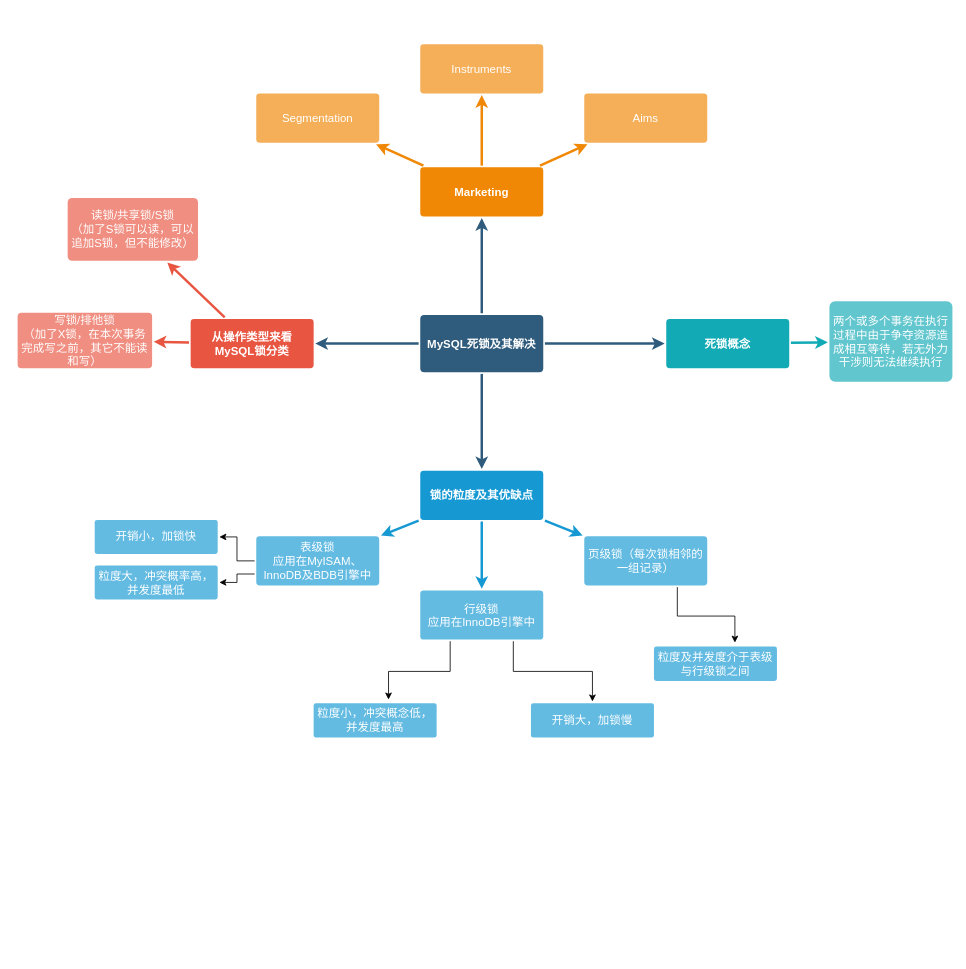
Above: MySQL死锁及其解决.drawio in HuaHero/OnLineFaq (draw.io), before the change. Source tidied: cells renumbered, new cells numbered last; positions are measured from the earlier drawing's top-left corner, leaving out a move shared by most shapes. Both pictures are drawn from the tidied source at 82%, with x=0, y=0 at pixel (17, 43).
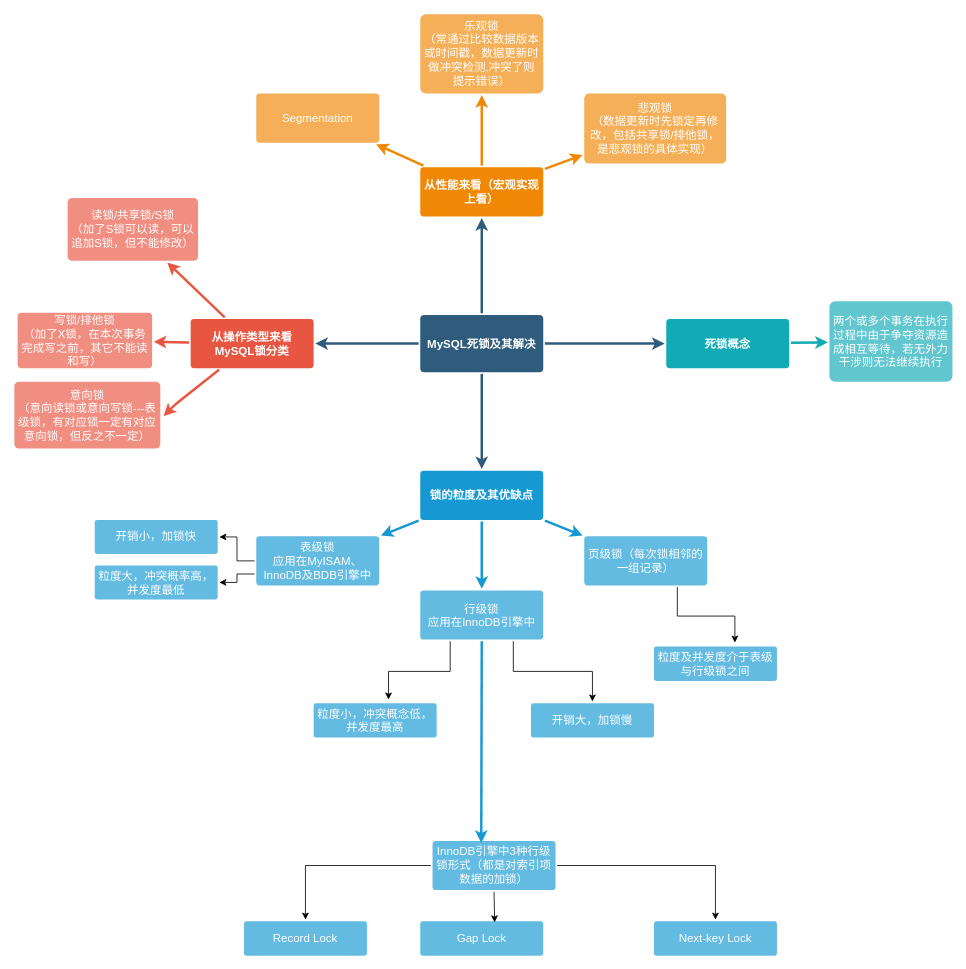
After the change.

Commit message:
更新MySQL死锁及其解决.drawio

The change refers to these unchanged cells:
```xml
<mxCell id="9" value="从操作类型来看MySQL锁分类" style="rounded=1;whiteSpace=wrap;html=1;shadow=0;labelBackgroundColor=none;strokeColor=none;strokeWidth=3;fillColor=#e85642;fontFamily=Helvetica;fontSize=14;fontColor=#FFFFFF;align=center;spacing=5;fontStyle=1;arcSize=7;perimeterSpacing=2;" parent="1" vertex="1">
  <mxGeometry x="211" y="335.5" width="150" height="60" as="geometry" />
</mxCell>
<mxCell id="18" value="行级锁&lt;div&gt;应用在InnoDB引擎中&lt;/div&gt;" style="rounded=1;whiteSpace=wrap;html=1;shadow=0;labelBackgroundColor=none;strokeColor=none;strokeWidth=3;fillColor=#64bbe2;fontFamily=Helvetica;fontSize=14;fontColor=#FFFFFF;align=center;spacing=5;arcSize=7;perimeterSpacing=2;" parent="1" vertex="1">
  <mxGeometry x="491" y="666.5" width="150" height="60" as="geometry" />
</mxCell>
```

What changed in the source:
```diff
@@
-    <mxCell id="22" value="Marketing" style="rounded=1;whiteSpace=wrap;html=1;shadow=0;labelBackgroundColor=none;strokeColor=none;strokeWidth=3;fillColor=#F08705;fontFamily=Helvetica;fontSize=14;fontColor=#FFFFFF;align=center;spacing=5;fontStyle=1;arcSize=7;perimeterSpacing=2;" parent="1" vertex="1">
+    <mxCell id="22" value="从性能来看（宏观实现上看）" style="rounded=1;whiteSpace=wrap;html=1;shadow=0;labelBackgroundColor=none;strokeColor=none;strokeWidth=3;fillColor=#F08705;fontFamily=Helvetica;fontSize=14;fontColor=#FFFFFF;align=center;spacing=5;fontStyle=1;arcSize=7;perimeterSpacing=2;" parent="1" vertex="1">
       <mxGeometry x="491" y="150.5" width="150" height="60" as="geometry" />
     </mxCell>
-    <mxCell id="23" value="Aims&lt;br style=&quot;font-size: 14px;&quot;&gt;" style="rounded=1;whiteSpace=wrap;html=1;shadow=0;labelBackgroundColor=none;strokeColor=none;strokeWidth=3;fillColor=#f5af58;fontFamily=Helvetica;fontSize=14;fontColor=#FFFFFF;align=center;spacing=5;arcSize=7;perimeterSpacing=2;" parent="1" vertex="1">
-      <mxGeometry x="691" y="60.5" width="150" height="60" as="geometry" />
+    <mxCell id="23" value="悲观锁&lt;div&gt;（数据更新时先锁定再修改，包括共享锁/排他锁，是悲观锁的具体实现）&lt;/div&gt;" style="rounded=1;whiteSpace=wrap;html=1;shadow=0;labelBackgroundColor=none;strokeColor=none;strokeWidth=3;fillColor=#f5af58;fontFamily=Helvetica;fontSize=14;fontColor=#FFFFFF;align=center;spacing=5;arcSize=7;perimeterSpacing=2;" parent="1" vertex="1">
+      <mxGeometry x="691" y="60.5" width="173" height="85.5" as="geometry" />
     </mxCell>
@@
-    <mxCell id="25" value="Instruments" style="rounded=1;whiteSpace=wrap;html=1;shadow=0;labelBackgroundColor=none;strokeColor=none;strokeWidth=3;fillColor=#f5af58;fontFamily=Helvetica;fontSize=14;fontColor=#FFFFFF;align=center;spacing=5;arcSize=7;perimeterSpacing=2;" parent="1" vertex="1">
-      <mxGeometry x="491" y="0.5" width="150" height="60" as="geometry" />
+    <mxCell id="25" value="乐观锁&lt;div&gt;（常通过比较数据版本或时间戳，数据更新时做冲突检测,冲突了则提示错误）&lt;/div&gt;" style="rounded=1;whiteSpace=wrap;html=1;shadow=0;labelBackgroundColor=none;strokeColor=none;strokeWidth=3;fillColor=#f5af58;fontFamily=Helvetica;fontSize=14;fontColor=#FFFFFF;align=center;spacing=5;arcSize=7;perimeterSpacing=2;" parent="1" vertex="1">
+      <mxGeometry x="491" y="-36" width="150" height="96.5" as="geometry" />
     </mxCell>
@@
+    <mxCell id="39" value="&lt;div&gt;意向锁&lt;/div&gt;&lt;div&gt;（意向读锁或意向写锁---表级锁，有对应锁一定有对应意向锁，但反之不一定）&lt;/div&gt;" style="rounded=1;whiteSpace=wrap;html=1;shadow=0;labelBackgroundColor=none;strokeColor=none;strokeWidth=3;fillColor=#f08e81;fontFamily=Helvetica;fontSize=14;fontColor=#FFFFFF;align=center;spacing=5;fontStyle=0;arcSize=7;perimeterSpacing=2;" parent="1" vertex="1">
+      <mxGeometry x="-4" y="412" width="178" height="81.5" as="geometry" />
+    </mxCell>
+    <mxCell id="40" style="edgeStyle=none;rounded=1;jumpStyle=none;html=1;shadow=0;labelBackgroundColor=none;startArrow=none;startFill=0;jettySize=auto;strokeColor=#E85642;strokeWidth=3;fontFamily=Helvetica;fontSize=14;fontColor=#FFFFFF;spacing=5;fontStyle=1;fillColor=#b0e3e6;" parent="1" edge="1" source="9">
+      <mxGeometry relative="1" as="geometry">
+        <mxPoint x="178" y="454" as="targetPoint" />
+        <Array as="points">
+          <mxPoint x="192" y="440" />
+        </Array>
+      </mxGeometry>
+    </mxCell>
+    <mxCell id="41" style="edgeStyle=orthogonalEdgeStyle;rounded=0;jettySize=auto;html=1;exitX=1;exitY=0.5;exitDx=0;exitDy=0;entryX=0.5;entryY=0;entryDx=0;entryDy=0;" parent="1" edge="1" source="43" target="47">
+      <mxGeometry relative="1" as="geometry" />
+    </mxCell>
+    <mxCell id="42" style="edgeStyle=orthogonalEdgeStyle;rounded=0;jettySize=auto;html=1;exitX=0;exitY=0.5;exitDx=0;exitDy=0;entryX=0.5;entryY=0;entryDx=0;entryDy=0;" parent="1" edge="1" source="43" target="45">
+      <mxGeometry relative="1" as="geometry" />
+    </mxCell>
+    <mxCell id="43" value="&lt;div&gt;InnoDB引擎中3种行级锁形式（都是对索引项数据的加锁）&lt;/div&gt;" style="rounded=1;whiteSpace=wrap;html=1;shadow=0;labelBackgroundColor=none;strokeColor=none;strokeWidth=3;fillColor=#64bbe2;fontFamily=Helvetica;fontSize=14;fontColor=#FFFFFF;align=center;spacing=5;arcSize=7;perimeterSpacing=2;" parent="1" vertex="1">
+      <mxGeometry x="506" y="972" width="150" height="60" as="geometry" />
+    </mxCell>
+    <mxCell id="44" style="edgeStyle=none;rounded=0;jumpStyle=none;html=1;shadow=0;labelBackgroundColor=none;startArrow=none;startFill=0;endArrow=classic;endFill=1;jettySize=auto;strokeColor=#1699D3;strokeWidth=3;fontFamily=Helvetica;fontSize=14;fontColor=#FFFFFF;spacing=5;exitX=0.5;exitY=1;exitDx=0;exitDy=0;" parent="1" edge="1" source="18">
+      <mxGeometry relative="1" as="geometry">
+        <mxPoint x="565.4" y="974.5" as="targetPoint" />
+      </mxGeometry>
+    </mxCell>
+    <mxCell id="45" value="Record Lock" style="rounded=1;whiteSpace=wrap;html=1;shadow=0;labelBackgroundColor=none;strokeColor=none;strokeWidth=3;fillColor=#64bbe2;fontFamily=Helvetica;fontSize=14;fontColor=#FFFFFF;align=center;spacing=5;arcSize=7;perimeterSpacing=2;" parent="1" vertex="1">
+      <mxGeometry x="276" y="1070" width="150" height="42" as="geometry" />
+    </mxCell>
+    <mxCell id="46" value="Gap Lock" style="rounded=1;whiteSpace=wrap;html=1;shadow=0;labelBackgroundColor=none;strokeColor=none;strokeWidth=3;fillColor=#64bbe2;fontFamily=Helvetica;fontSize=14;fontColor=#FFFFFF;align=center;spacing=5;arcSize=7;perimeterSpacing=2;" parent="1" vertex="1">
+      <mxGeometry x="491" y="1070" width="150" height="42" as="geometry" />
+    </mxCell>
+    <mxCell id="47" value="Next-key Lock" style="rounded=1;whiteSpace=wrap;html=1;shadow=0;labelBackgroundColor=none;strokeColor=none;strokeWidth=3;fillColor=#64bbe2;fontFamily=Helvetica;fontSize=14;fontColor=#FFFFFF;align=center;spacing=5;arcSize=7;perimeterSpacing=2;" parent="1" vertex="1">
+      <mxGeometry x="776" y="1070" width="150" height="42" as="geometry" />
+    </mxCell>
+    <mxCell id="48" style="edgeStyle=orthogonalEdgeStyle;rounded=0;jettySize=auto;html=1;exitX=0.5;exitY=1;exitDx=0;exitDy=0;entryX=0.602;entryY=0.073;entryDx=0;entryDy=0;entryPerimeter=0;" parent="1" edge="1" source="43" target="46">
+      <mxGeometry relative="1" as="geometry" />
+    </mxCell>
```
